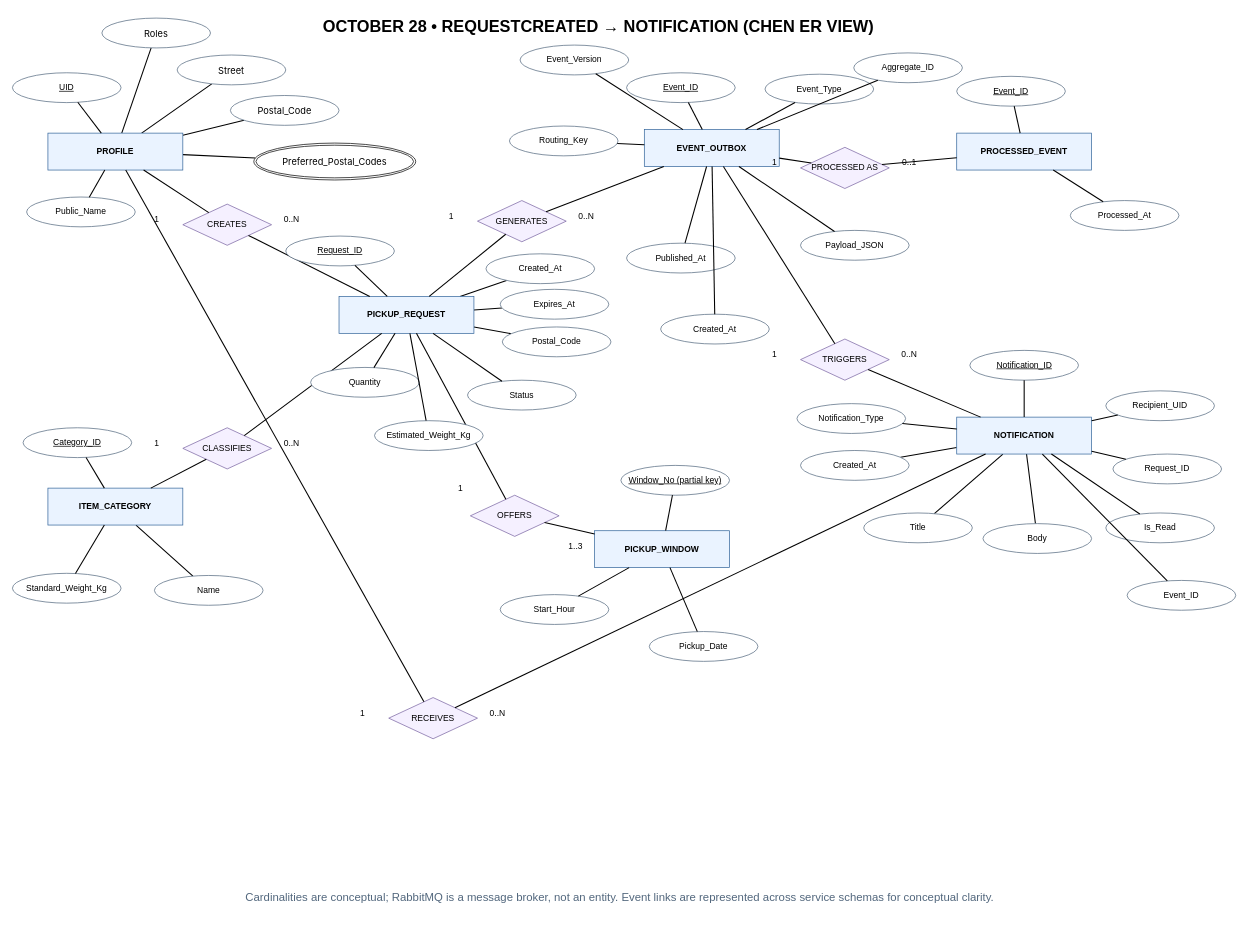
The draw.io diagram page "Oct 28 — RequestCreated flow" (2 of 2) of docs/uml/EcoCollect_Oct28_ER_Diagram_Updated.drawio in dannydufau/ecocollect, before the edit. Source tidied: cells renumbered, new cells numbered last; positions are measured from the earlier drawing's top-left corner, leaving out a move shared by most shapes. Both pictures are drawn from the tidied source at 71%, with x=0, y=0 at pixel (12, 12).
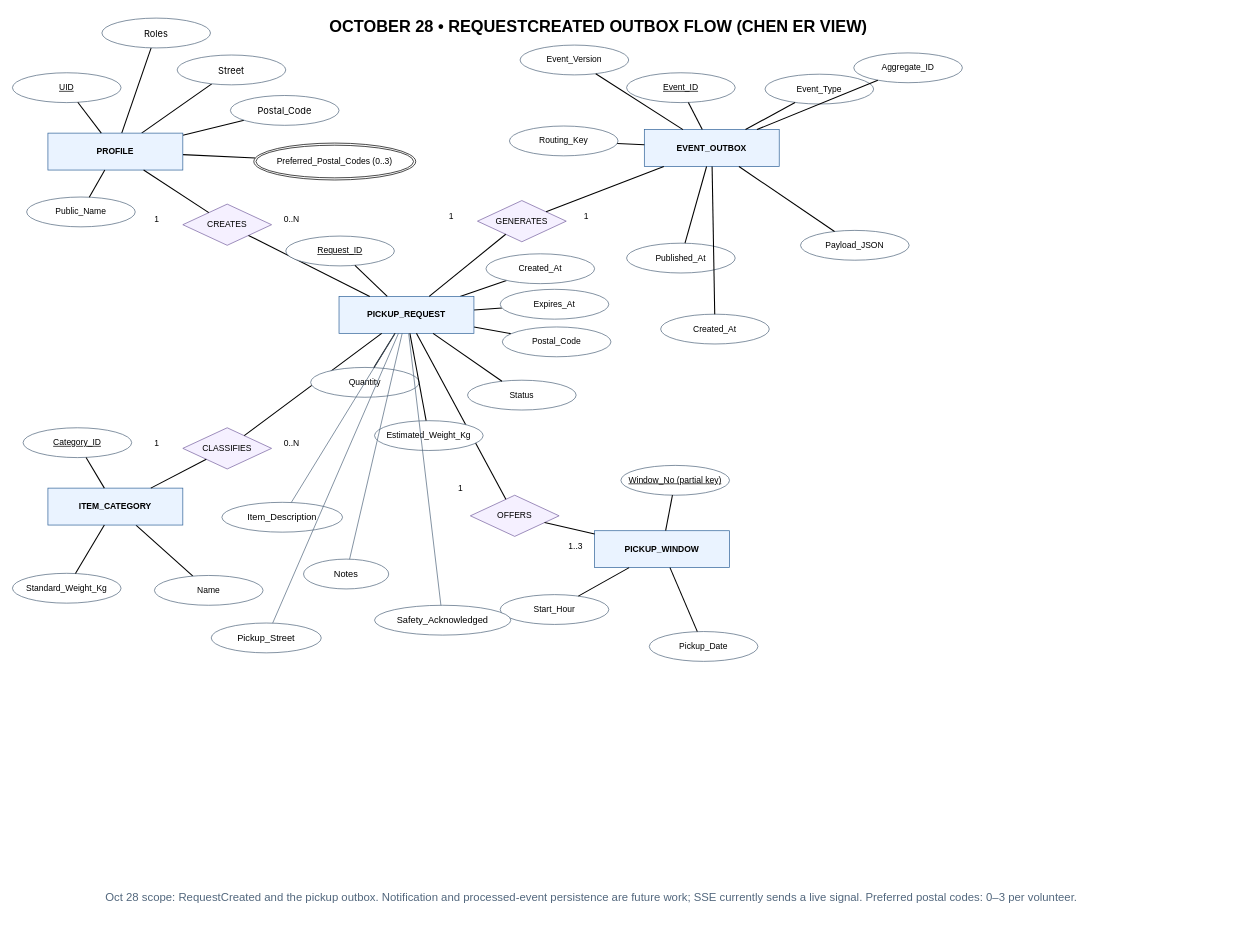
Above is the later version.

Commit message:
Address Satyam's ER diagram review feedback

The change refers to these unchanged cells:
```xml
<mxCell id="7" value="PROFILE" style="rounded=0;whiteSpace=wrap;html=1;align=center;fillColor=#EAF3FF;strokeColor=#32649A;fontStyle=1;" parent="1" vertex="1">
  <mxGeometry x="50" y="170" width="190" height="52" as="geometry" />
</mxCell>
<mxCell id="13" value="PICKUP_REQUEST" style="rounded=0;whiteSpace=wrap;html=1;align=center;fillColor=#EAF3FF;strokeColor=#32649A;fontStyle=1;" parent="1" vertex="1">
  <mxGeometry x="460" y="400" width="190" height="52" as="geometry" />
</mxCell>
<mxCell id="15" value="EVENT_OUTBOX" style="rounded=0;whiteSpace=wrap;html=1;align=center;fillColor=#EAF3FF;strokeColor=#32649A;fontStyle=1;" parent="1" vertex="1">
  <mxGeometry x="890" y="165" width="190" height="52" as="geometry" />
</mxCell>
```

Change to the diagram source:
```diff
@@
-    <mxCell id="2" value="OCTOBER 28 • REQUESTCREATED → NOTIFICATION (CHEN ER VIEW)" style="text;html=1;align=center;fontSize=23;fontStyle=1;" parent="1" vertex="1">
+    <mxCell id="2" value="OCTOBER 28 • REQUESTCREATED OUTBOX FLOW (CHEN ER VIEW)" style="text;html=1;align=center;fontSize=23;fontStyle=1;" parent="1" vertex="1">
       <mxGeometry x="100" width="1450" height="50" as="geometry" />
     </mxCell>
@@
-    <mxCell id="16" value="PROCESSED_EVENT" style="rounded=0;whiteSpace=wrap;html=1;align=center;fillColor=#EAF3FF;strokeColor=#32649A;fontStyle=1;" parent="1" vertex="1">
-      <mxGeometry x="1330" y="170" width="190" height="52" as="geometry" />
-    </mxCell>
-    <mxCell id="17" style="edgeStyle=none;shape=connector;rounded=1;html=1;strokeColor=default;strokeWidth=1.5;align=center;verticalAlign=middle;fontFamily=Helvetica;fontSize=11;fontColor=default;labelBackgroundColor=default;endArrow=none;endFill=0;" parent="1" edge="1" source="20" target="105">
-      <mxGeometry relative="1" as="geometry" />
-    </mxCell>
-    <mxCell id="18" style="edgeStyle=none;shape=connector;rounded=1;html=1;strokeColor=default;strokeWidth=1.5;align=center;verticalAlign=middle;fontFamily=Helvetica;fontSize=11;fontColor=default;labelBackgroundColor=default;endArrow=none;endFill=0;" parent="1" edge="1" source="20" target="106">
-      <mxGeometry relative="1" as="geometry" />
-    </mxCell>
-    <mxCell id="19" style="edgeStyle=none;shape=connector;rounded=1;html=1;strokeColor=default;strokeWidth=1.5;align=center;verticalAlign=middle;fontFamily=Helvetica;fontSize=11;fontColor=default;labelBackgroundColor=default;endArrow=none;endFill=0;" parent="1" edge="1" source="20" target="107">
-      <mxGeometry relative="1" as="geometry" />
-    </mxCell>
-    <mxCell id="20" value="NOTIFICATION" style="rounded=0;whiteSpace=wrap;html=1;align=center;fillColor=#EAF3FF;strokeColor=#32649A;fontStyle=1;" parent="1" vertex="1">
-      <mxGeometry x="1330" y="570" width="190" height="52" as="geometry" />
-    </mxCell>
@@
-    <mxCell id="40" value="0..N" style="text;html=1;align=center;fontSize=12;" parent="1" vertex="1">
+    <mxCell id="40" value="1" style="text;html=1;align=center;fontSize=12;" parent="1" vertex="1">
       <mxGeometry x="775" y="273" width="65" height="24" as="geometry" />
     </mxCell>
-    <mxCell id="41" value="PROCESSED AS" style="rhombus;whiteSpace=wrap;html=1;align=center;fillColor=#F5F0FF;strokeColor=#7862A1;" parent="1" vertex="1">
-      <mxGeometry x="1110" y="190" width="125" height="58" as="geometry" />
-    </mxCell>
-    <mxCell id="42" style="endArrow=none;startArrow=none;html=1;rounded=0;strokeWidth=1.5;" parent="1" edge="1" source="15" target="41">
-      <mxGeometry relative="1" as="geometry" />
-    </mxCell>
-    <mxCell id="43" style="endArrow=none;startArrow=none;html=1;rounded=0;strokeWidth=1.5;" parent="1" edge="1" source="41" target="16">
-      <mxGeometry relative="1" as="geometry" />
-    </mxCell>
-    <mxCell id="44" value="1" style="text;html=1;align=center;fontSize=12;" parent="1" vertex="1">
-      <mxGeometry x="1040" y="198" width="65" height="24" as="geometry" />
-    </mxCell>
-    <mxCell id="45" value="0..1" style="text;html=1;align=center;fontSize=12;" parent="1" vertex="1">
-      <mxGeometry x="1230" y="198" width="65" height="24" as="geometry" />
-    </mxCell>
-    <mxCell id="46" value="TRIGGERS" style="rhombus;whiteSpace=wrap;html=1;align=center;fillColor=#F5F0FF;strokeColor=#7862A1;" parent="1" vertex="1">
-      <mxGeometry x="1110" y="460" width="125" height="58" as="geometry" />
-    </mxCell>
-    <mxCell id="47" style="endArrow=none;startArrow=none;html=1;rounded=0;strokeWidth=1.5;" parent="1" edge="1" source="15" target="46">
-      <mxGeometry relative="1" as="geometry" />
-    </mxCell>
-    <mxCell id="48" style="endArrow=none;startArrow=none;html=1;rounded=0;strokeWidth=1.5;" parent="1" edge="1" source="46" target="20">
-      <mxGeometry relative="1" as="geometry" />
-    </mxCell>
-    <mxCell id="49" value="1" style="text;html=1;align=center;fontSize=12;" parent="1" vertex="1">
-      <mxGeometry x="1040" y="468" width="65" height="24" as="geometry" />
-    </mxCell>
-    <mxCell id="50" value="0..N" style="text;html=1;align=center;fontSize=12;" parent="1" vertex="1">
-      <mxGeometry x="1230" y="468" width="65" height="24" as="geometry" />
-    </mxCell>
-    <mxCell id="51" value="RECEIVES" style="rhombus;whiteSpace=wrap;html=1;align=center;fillColor=#F5F0FF;strokeColor=#7862A1;" parent="1" vertex="1">
-      <mxGeometry x="530" y="965" width="125" height="58" as="geometry" />
-    </mxCell>
-    <mxCell id="52" style="endArrow=none;startArrow=none;html=1;rounded=0;strokeWidth=1.5;" parent="1" edge="1" source="7" target="51">
-      <mxGeometry relative="1" as="geometry" />
-    </mxCell>
-    <mxCell id="53" style="endArrow=none;startArrow=none;html=1;rounded=0;strokeWidth=1.5;" parent="1" edge="1" source="51" target="20">
-      <mxGeometry relative="1" as="geometry" />
-    </mxCell>
-    <mxCell id="54" value="1" style="text;html=1;align=center;fontSize=12;" parent="1" vertex="1">
-      <mxGeometry x="460" y="973" width="65" height="24" as="geometry" />
-    </mxCell>
-    <mxCell id="55" value="0..N" style="text;html=1;align=center;fontSize=12;" parent="1" vertex="1">
-      <mxGeometry x="650" y="973" width="65" height="24" as="geometry" />
-    </mxCell>
@@
-    <mxCell id="86" value="Event_ID" style="ellipse;whiteSpace=wrap;html=1;align=center;fillColor=#FFFFFF;strokeColor=#52677D;fontStyle=4;" parent="1" vertex="1">
-      <mxGeometry x="1330" y="90" width="153" height="42" as="geometry" />
-    </mxCell>
-    <mxCell id="87" style="endArrow=none;startArrow=none;html=1;rounded=0;strokeWidth=1.5;" parent="1" edge="1" source="16" target="86">
-      <mxGeometry relative="1" as="geometry" />
-    </mxCell>
-    <mxCell id="88" value="Processed_At" style="ellipse;whiteSpace=wrap;html=1;align=center;fillColor=#FFFFFF;strokeColor=#52677D;" parent="1" vertex="1">
-      <mxGeometry x="1490" y="265" width="153" height="42" as="geometry" />
-    </mxCell>
-    <mxCell id="89" style="endArrow=none;startArrow=none;html=1;rounded=0;strokeWidth=1.5;" parent="1" edge="1" source="16" target="88">
-      <mxGeometry relative="1" as="geometry" />
-    </mxCell>
-    <mxCell id="90" value="Notification_ID" style="ellipse;whiteSpace=wrap;html=1;align=center;fillColor=#FFFFFF;strokeColor=#52677D;fontStyle=4;" parent="1" vertex="1">
-      <mxGeometry x="1348.5" y="476" width="153" height="42" as="geometry" />
-    </mxCell>
-    <mxCell id="91" style="endArrow=none;startArrow=none;html=1;rounded=0;strokeWidth=1.5;" parent="1" edge="1" source="20" target="90">
-      <mxGeometry relative="1" as="geometry" />
-    </mxCell>
-    <mxCell id="92" value="Recipient_UID" style="ellipse;whiteSpace=wrap;html=1;align=center;fillColor=#FFFFFF;strokeColor=#52677D;" parent="1" vertex="1">
-      <mxGeometry x="1540" y="533" width="153" height="42" as="geometry" />
-    </mxCell>
-    <mxCell id="93" style="endArrow=none;startArrow=none;html=1;rounded=0;strokeWidth=1.5;" parent="1" edge="1" source="20" target="92">
-      <mxGeometry relative="1" as="geometry" />
-    </mxCell>
-    <mxCell id="94" value="Request_ID" style="ellipse;whiteSpace=wrap;html=1;align=center;fillColor=#FFFFFF;strokeColor=#52677D;" parent="1" vertex="1">
-      <mxGeometry x="1550" y="622" width="153" height="42" as="geometry" />
-    </mxCell>
-    <mxCell id="95" style="endArrow=none;startArrow=none;html=1;rounded=0;strokeWidth=1.5;" parent="1" edge="1" source="20" target="94">
-      <mxGeometry relative="1" as="geometry" />
-    </mxCell>
-    <mxCell id="96" value="Notification_Type" style="ellipse;whiteSpace=wrap;html=1;align=center;fillColor=#FFFFFF;strokeColor=#52677D;" parent="1" vertex="1">
-      <mxGeometry x="1105" y="551" width="153" height="42" as="geometry" />
-    </mxCell>
-    <mxCell id="97" style="endArrow=none;startArrow=none;html=1;rounded=0;strokeWidth=1.5;" parent="1" edge="1" source="20" target="96">
-      <mxGeometry relative="1" as="geometry" />
-    </mxCell>
-    <mxCell id="98" value="Is_Read" style="ellipse;whiteSpace=wrap;html=1;align=center;fillColor=#FFFFFF;strokeColor=#52677D;" parent="1" vertex="1">
-      <mxGeometry x="1540" y="705" width="153" height="42" as="geometry" />
-    </mxCell>
-    <mxCell id="99" style="endArrow=none;startArrow=none;html=1;rounded=0;strokeWidth=1.5;" parent="1" edge="1" source="20" target="98">
-      <mxGeometry relative="1" as="geometry" />
-    </mxCell>
-    <mxCell id="100" value="Cardinalities are conceptual; RabbitMQ is a message broker, not an entity. Event links are represented across service schemas for conceptual clarity." style="text;html=1;align=center;fontSize=16;fontColor=#52677D;" parent="1" vertex="1">
-      <mxGeometry x="120" y="1230" width="1470" height="65" as="geometry" />
+    <mxCell id="100" value="Oct 28 scope: RequestCreated and the pickup outbox. Notification and processed-event persistence are future work; SSE currently sends a live signal. Preferred postal codes: 0–3 per volunteer." style="text;html=1;align=center;fontSize=16;fontColor=#52677D;" parent="1" vertex="1">
+      <mxGeometry x="50" y="1230" width="1530" height="65" as="geometry" />
     </mxCell>
@@
-    <mxCell id="105" value="Title" style="ellipse;whiteSpace=wrap;html=1;align=center;fillColor=#FFFFFF;strokeColor=#52677D;" parent="1" vertex="1">
-      <mxGeometry x="1199" y="705" width="153" height="42" as="geometry" />
-    </mxCell>
-    <mxCell id="106" value="Body" style="ellipse;whiteSpace=wrap;html=1;align=center;fillColor=#FFFFFF;strokeColor=#52677D;" parent="1" vertex="1">
-      <mxGeometry x="1367" y="720" width="153" height="42" as="geometry" />
-    </mxCell>
-    <mxCell id="107" value="Created_At" style="ellipse;whiteSpace=wrap;html=1;align=center;fillColor=#FFFFFF;strokeColor=#52677D;" parent="1" vertex="1">
-      <mxGeometry x="1110" y="617" width="153" height="42" as="geometry" />
-    </mxCell>
@@
-    <mxCell id="111" value="&lt;div style=&quot;color: rgb(0, 0, 0); background-color: rgb(255, 255, 255); font-family: -apple-system, BlinkMacSystemFont, sans-serif, Menlo, Monaco, &amp;quot;Courier New&amp;quot;, monospace; font-size: 13px; line-height: 20px; white-space: pre;&quot;&gt;&lt;span style=&quot;color: #000000;&quot;&gt;Preferred_Postal_Codes&lt;/span&gt;&lt;/div&gt;" style="ellipse;shape=doubleEllipse;margin=3;whiteSpace=wrap;html=1;align=center;" parent="1" vertex="1">
+    <mxCell id="111" value="Preferred_Postal_Codes (0..3)" style="ellipse;shape=doubleEllipse;margin=3;whiteSpace=wrap;html=1;align=center;" parent="1" vertex="1">
       <mxGeometry x="340" y="184" width="228" height="52" as="geometry" />
     </mxCell>
@@
-    <mxCell id="120" value="Event_ID" style="ellipse;whiteSpace=wrap;html=1;align=center;fillColor=#FFFFFF;strokeColor=#52677D;" parent="1" vertex="1">
-      <mxGeometry x="1570" y="800" width="153" height="42" as="geometry" />
-    </mxCell>
-    <mxCell id="121" style="endArrow=none;startArrow=none;html=1;rounded=0;strokeWidth=1.5;" parent="1" edge="1" source="20" target="120">
-      <mxGeometry relative="1" as="geometry" />
-    </mxCell>
+    <mxCell id="122" value="Item_Description" style="ellipse;whiteSpace=wrap;html=1;align=center;fillColor=#FFFFFF;strokeColor=#52677D;fontSize=13;" parent="1" vertex="1">
+      <mxGeometry x="295" y="690" width="170" height="42" as="geometry" />
+    </mxCell>
+    <mxCell id="123" style="edgeStyle=none;html=1;endArrow=none;strokeColor=#52677D;" parent="1" edge="1" source="13" target="122">
+      <mxGeometry relative="1" as="geometry" />
+    </mxCell>
+    <mxCell id="124" value="Notes" style="ellipse;whiteSpace=wrap;html=1;align=center;fillColor=#FFFFFF;strokeColor=#52677D;fontSize=13;" parent="1" vertex="1">
+      <mxGeometry x="410" y="770" width="120" height="42" as="geometry" />
+    </mxCell>
+    <mxCell id="125" style="edgeStyle=none;html=1;endArrow=none;strokeColor=#52677D;" parent="1" edge="1" source="13" target="124">
+      <mxGeometry relative="1" as="geometry" />
+    </mxCell>
+    <mxCell id="126" value="Safety_Acknowledged" style="ellipse;whiteSpace=wrap;html=1;align=center;fillColor=#FFFFFF;strokeColor=#52677D;fontSize=13;" parent="1" vertex="1">
+      <mxGeometry x="510" y="835" width="192" height="42" as="geometry" />
+    </mxCell>
+    <mxCell id="127" style="edgeStyle=none;html=1;endArrow=none;strokeColor=#52677D;" parent="1" edge="1" source="13" target="126">
+      <mxGeometry relative="1" as="geometry" />
+    </mxCell>
+    <mxCell id="128" value="Pickup_Street" style="ellipse;whiteSpace=wrap;html=1;align=center;fillColor=#FFFFFF;strokeColor=#52677D;fontSize=13;" parent="1" vertex="1">
+      <mxGeometry x="280" y="860" width="155" height="42" as="geometry" />
+    </mxCell>
+    <mxCell id="129" style="edgeStyle=none;html=1;endArrow=none;strokeColor=#52677D;" parent="1" edge="1" source="13" target="128">
+      <mxGeometry relative="1" as="geometry" />
+    </mxCell>
```
